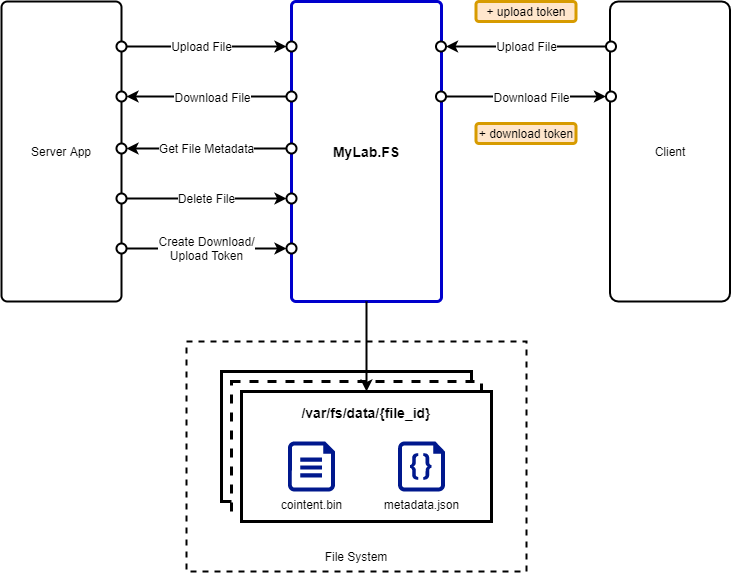
Above: doc/diagramms/mylab-fs-inner.png in mylab-tools/file-storage (draw.io), before the change. Source tidied: cells renumbered, new cells last; positions are measured from the earlier drawing's top-left corner, leaving out a move shared by most shapes.
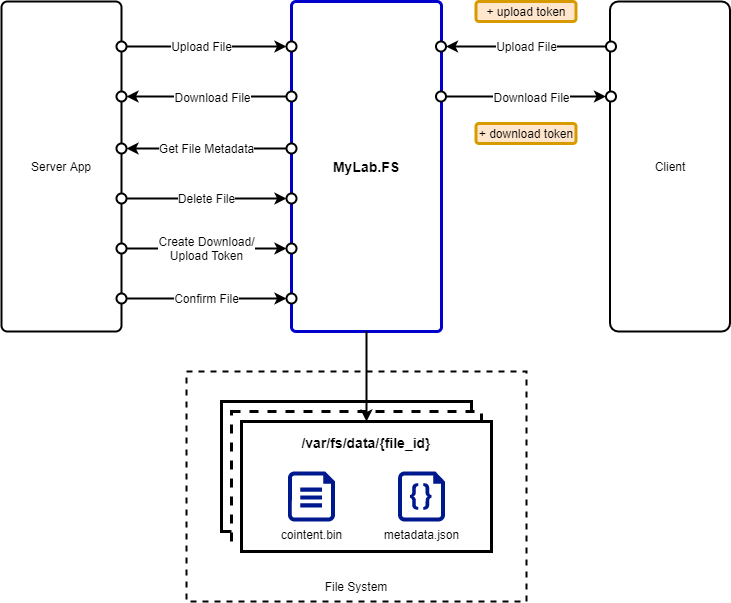
After the commit.

What changed in the source:
```diff
@@ -3,16 +3,16 @@
     <mxCell id="0" />
     <mxCell id="1" parent="0" />
     <mxCell id="2" value="MyLab.FS" style="rounded=1;whiteSpace=wrap;html=1;strokeWidth=3;align=center;arcSize=3;verticalAlign=middle;strokeColor=#0000CC;fontStyle=1;fontSize=14;" parent="1" vertex="1">
-      <mxGeometry x="290" width="150" height="300" as="geometry" />
+      <mxGeometry x="290" width="150" height="330" as="geometry" />
     </mxCell>
     <mxCell id="3" value="File System" style="rounded=0;whiteSpace=wrap;html=1;dashed=1;strokeWidth=2;fillColor=#ffffff;align=center;verticalAlign=bottom;spacingBottom=5;" parent="1" vertex="1">
-      <mxGeometry x="185" y="340" width="340" height="230" as="geometry" />
+      <mxGeometry x="185" y="370" width="340" height="230" as="geometry" />
     </mxCell>
     <mxCell id="4" style="ellipse;whiteSpace=wrap;html=1;strokeWidth=2;fillColor=#ffffff;align=center;" parent="1" vertex="1">
       <mxGeometry x="285" y="40" width="10" height="10" as="geometry" />
     </mxCell>
     <mxCell id="5" value="Server App" style="rounded=1;whiteSpace=wrap;html=1;strokeWidth=2;fillColor=#ffffff;align=center;arcSize=5;" parent="1" vertex="1">
-      <mxGeometry width="120" height="300" as="geometry" />
+      <mxGeometry width="120" height="330" as="geometry" />
     </mxCell>
     <mxCell id="6" value="Upload File" style="edgeStyle=orthogonalEdgeStyle;rounded=0;jettySize=auto;html=1;exitX=1;exitY=0.5;exitDx=0;exitDy=0;entryX=0;entryY=0.5;entryDx=0;entryDy=0;strokeWidth=2;fontSize=12;" parent="1" edge="1" target="4">
       <mxGeometry relative="1" as="geometry">
@@ -55,7 +55,7 @@
       <mxGeometry x="115" y="192" width="10" height="10" as="geometry" />
     </mxCell>
     <mxCell id="18" value="Client" style="rounded=1;whiteSpace=wrap;html=1;strokeWidth=2;fillColor=#ffffff;align=center;arcSize=7;" parent="1" vertex="1">
-      <mxGeometry x="608.5" width="120" height="300" as="geometry" />
+      <mxGeometry x="608.5" width="120" height="330" as="geometry" />
     </mxCell>
     <mxCell id="19" style="ellipse;whiteSpace=wrap;html=1;strokeWidth=2;fillColor=#ffffff;align=center;" parent="1" vertex="1">
       <mxGeometry x="604.5" y="40" width="10" height="10" as="geometry" />
@@ -96,22 +96,31 @@
       <mxGeometry x="115" y="242" width="10" height="10" as="geometry" />
     </mxCell>
     <mxCell id="31" style="rounded=0;whiteSpace=wrap;html=1;strokeWidth=3;fillColor=#ffffff;fontSize=14;align=center;verticalAlign=top;spacingTop=7;fontStyle=1;" parent="1" vertex="1">
-      <mxGeometry x="220" y="370" width="250" height="130" as="geometry" />
+      <mxGeometry x="220" y="400" width="250" height="130" as="geometry" />
     </mxCell>
     <mxCell id="32" style="rounded=0;whiteSpace=wrap;html=1;strokeWidth=3;fillColor=#ffffff;fontSize=14;align=center;verticalAlign=top;spacingTop=7;fontStyle=1;dashed=1;" parent="1" vertex="1">
-      <mxGeometry x="230" y="380" width="250" height="130" as="geometry" />
+      <mxGeometry x="230" y="410" width="250" height="130" as="geometry" />
     </mxCell>
     <mxCell id="33" value="/var/fs/data/{file_id}" style="rounded=0;whiteSpace=wrap;html=1;strokeWidth=3;fillColor=#ffffff;fontSize=14;align=center;verticalAlign=top;spacingTop=7;fontStyle=1;" parent="1" vertex="1">
-      <mxGeometry x="240" y="390" width="250" height="130" as="geometry" />
+      <mxGeometry x="240" y="420" width="250" height="130" as="geometry" />
     </mxCell>
     <mxCell id="34" value="cointent.bin" style="shadow=0;dashed=0;html=1;strokeColor=none;labelPosition=center;verticalLabelPosition=bottom;verticalAlign=top;align=center;fillColor=#00188D;shape=mxgraph.azure.file;fontSize=12;" parent="1" vertex="1">
-      <mxGeometry x="286.5" y="440" width="47" height="50" as="geometry" />
+      <mxGeometry x="286.5" y="470" width="47" height="50" as="geometry" />
     </mxCell>
     <mxCell id="35" value="metadata.json" style="shadow=0;dashed=0;html=1;strokeColor=none;labelPosition=center;verticalLabelPosition=bottom;verticalAlign=top;align=center;fillColor=#00188D;shape=mxgraph.azure.code_file;fontSize=12;" parent="1" vertex="1">
-      <mxGeometry x="396.5" y="440" width="47" height="50" as="geometry" />
+      <mxGeometry x="396.5" y="470" width="47" height="50" as="geometry" />
     </mxCell>
     <mxCell id="36" style="edgeStyle=orthogonalEdgeStyle;rounded=0;jettySize=auto;html=1;entryX=0.5;entryY=0;entryDx=0;entryDy=0;startArrow=none;startFill=0;endArrow=classic;endFill=1;strokeWidth=2;fontSize=14;" parent="1" edge="1" source="2" target="33">
       <mxGeometry relative="1" as="geometry" />
     </mxCell>
+    <mxCell id="37" style="ellipse;whiteSpace=wrap;html=1;strokeWidth=2;fillColor=#ffffff;align=center;" parent="1" vertex="1">
+      <mxGeometry x="285" y="292" width="10" height="10" as="geometry" />
+    </mxCell>
+    <mxCell id="38" value="Confirm File" style="edgeStyle=orthogonalEdgeStyle;rounded=0;jettySize=auto;html=1;exitX=1;exitY=0.5;exitDx=0;exitDy=0;strokeWidth=2;entryX=0;entryY=0.5;entryDx=0;entryDy=0;fontSize=12;" parent="1" edge="1" source="39" target="37">
+      <mxGeometry relative="1" as="geometry" />
+    </mxCell>
+    <mxCell id="39" style="ellipse;whiteSpace=wrap;html=1;strokeWidth=2;fillColor=#ffffff;align=center;" parent="1" vertex="1">
+      <mxGeometry x="115" y="292" width="10" height="10" as="geometry" />
+    </mxCell>
   </root>
 </mxGraphModel>
```
